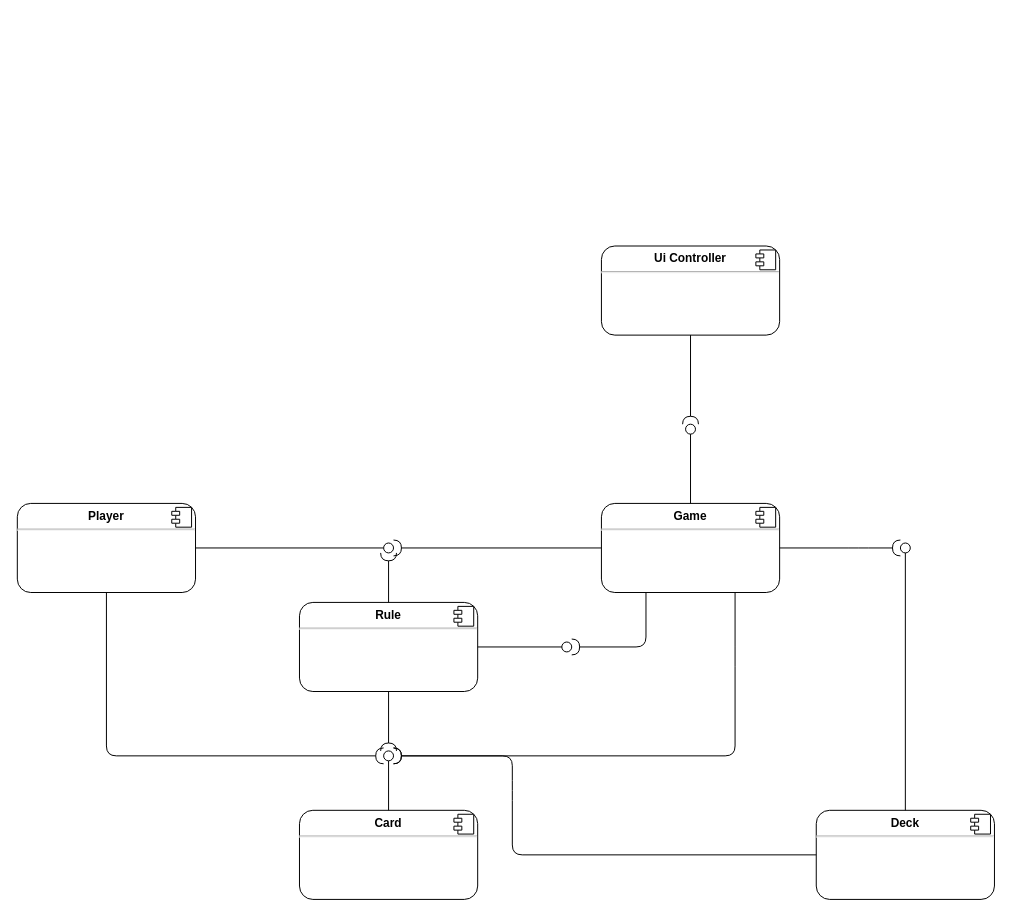
Earlier version of the draw.io diagram docs/componentdiagram.drawio (RiFrost/mau-mau). Source tidied: cells renumbered, new cells numbered last; positions are measured from the earlier drawing's top-left corner, leaving out a move shared by most shapes. Both pictures are drawn from the tidied source at 99%, with x=0, y=0 at pixel (17, 246).
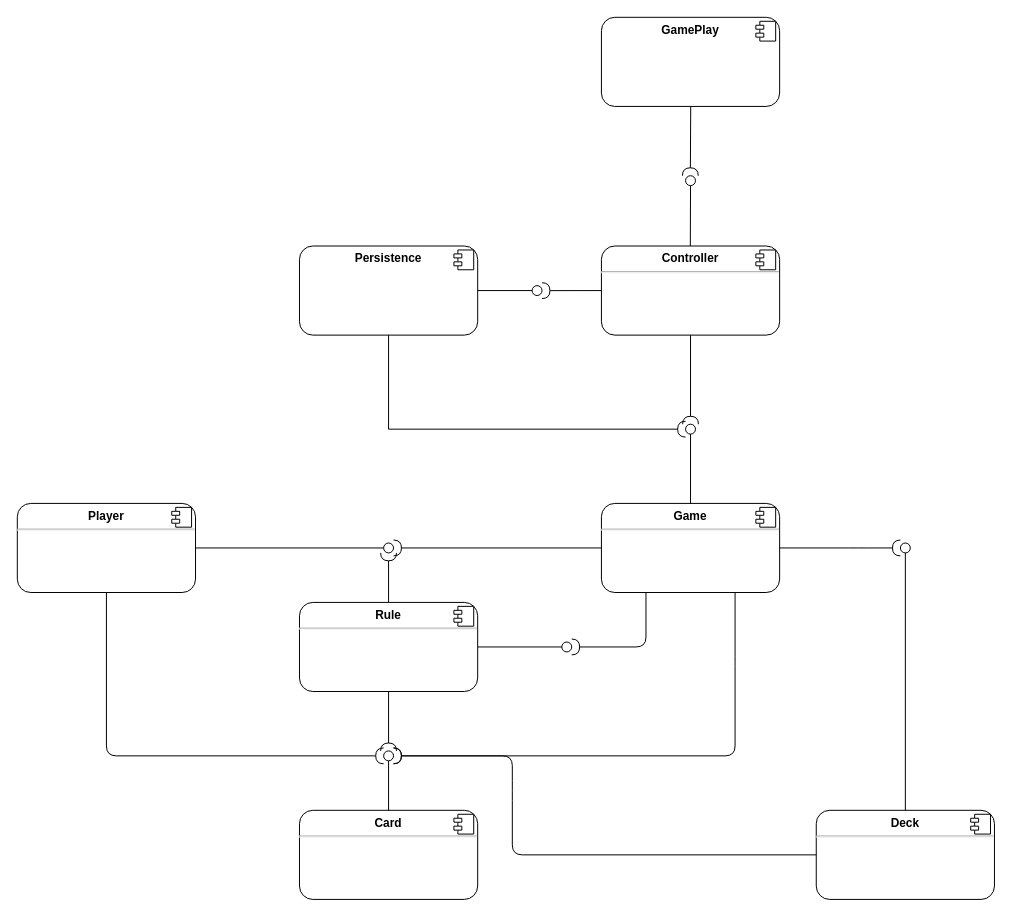
The same diagram, later.

Commit message (it also covers changes not shown here):
MH: adjust component diagram

The change refers to these unchanged cells:
```xml
<mxCell id="25" style="ellipse;whiteSpace=wrap;html=1;align=center;points=[];outlineConnect=0;rounded=1;" parent="1" vertex="1">
  <mxGeometry x="675" y="180" width="10" height="10" as="geometry" />
</mxCell>
```

What changed in the source:
```diff
@@
-    <mxCell id="12" value="&lt;p style=&quot;margin:0px;margin-top:6px;text-align:center;&quot;&gt;&lt;b&gt;Ui Controller&lt;/b&gt;&lt;/p&gt;&lt;hr&gt;&lt;p style=&quot;margin:0px;margin-left:8px;&quot;&gt;&lt;br&gt;&lt;br&gt;&lt;/p&gt;" style="align=left;overflow=fill;html=1;rounded=1;gradientColor=none;glass=0;shadow=0;sketch=0;" parent="1" vertex="1">
+    <mxCell id="12" value="&lt;p style=&quot;margin: 0px ; margin-top: 6px ; text-align: center&quot;&gt;&lt;b&gt;Controller&lt;/b&gt;&lt;/p&gt;&lt;hr&gt;&lt;p style=&quot;margin: 0px ; margin-left: 8px&quot;&gt;&lt;br&gt;&lt;br&gt;&lt;/p&gt;" style="align=left;overflow=fill;html=1;rounded=1;gradientColor=none;glass=0;shadow=0;sketch=0;" parent="1" vertex="1">
       <mxGeometry x="590" width="180" height="90" as="geometry" />
     </mxCell>
@@
+    <mxCell id="34" value="&lt;p style=&quot;margin: 0px ; margin-top: 6px ; text-align: center&quot;&gt;&lt;b&gt;GamePlay&lt;/b&gt;&lt;/p&gt;" style="align=left;overflow=fill;html=1;rounded=1;gradientColor=none;glass=0;shadow=0;sketch=0;" parent="1" vertex="1">
+      <mxGeometry x="590" y="-231" width="180" height="90" as="geometry" />
+    </mxCell>
+    <mxCell id="35" style="shape=component;jettyWidth=8;jettyHeight=4;rounded=1;" parent="34" vertex="1">
+      <mxGeometry x="1" width="20" height="20" relative="1" as="geometry">
+        <mxPoint x="-24" y="4" as="offset" />
+      </mxGeometry>
+    </mxCell>
+    <mxCell id="36" style="rounded=1;orthogonalLoop=1;jettySize=auto;html=1;endArrow=halfCircle;endFill=0;endSize=6;strokeWidth=1;exitX=0.5;exitY=1;exitDx=0;exitDy=0;" parent="1" edge="1">
+      <mxGeometry relative="1" as="geometry">
+        <mxPoint x="680.2" y="-141" as="sourcePoint" />
+        <mxPoint x="679.8" y="-71" as="targetPoint" />
+      </mxGeometry>
+    </mxCell>
+    <mxCell id="37" style="rounded=1;jettySize=auto;html=1;endArrow=none;endFill=0;sourcePerimeterSpacing=0;targetPerimeterSpacing=0;exitX=0.5;exitY=0;exitDx=0;exitDy=0;" parent="1" edge="1" target="38">
+      <mxGeometry relative="1" as="geometry">
+        <mxPoint x="679.8" as="sourcePoint" />
+      </mxGeometry>
+    </mxCell>
+    <mxCell id="38" style="ellipse;whiteSpace=wrap;html=1;align=center;points=[];outlineConnect=0;rounded=1;" parent="1" vertex="1">
+      <mxGeometry x="675" y="-71" width="10" height="10" as="geometry" />
+    </mxCell>
+    <mxCell id="39" style="edgeStyle=orthogonalEdgeStyle;rounded=0;jettySize=auto;html=1;exitX=0.5;exitY=1;exitDx=0;exitDy=0;endArrow=halfCircle;endFill=0;" parent="1" edge="1" source="40" target="25">
+      <mxGeometry relative="1" as="geometry">
+        <Array as="points">
+          <mxPoint x="375" y="185" />
+        </Array>
+      </mxGeometry>
+    </mxCell>
+    <mxCell id="40" value="&lt;p style=&quot;margin: 0px ; margin-top: 6px ; text-align: center&quot;&gt;&lt;b&gt;Persistence&lt;/b&gt;&lt;/p&gt;" style="align=left;overflow=fill;html=1;rounded=1;gradientColor=none;glass=0;shadow=0;sketch=0;" parent="1" vertex="1">
+      <mxGeometry x="285" width="180" height="90" as="geometry" />
+    </mxCell>
+    <mxCell id="41" style="shape=component;jettyWidth=8;jettyHeight=4;rounded=1;" parent="40" vertex="1">
+      <mxGeometry x="1" width="20" height="20" relative="1" as="geometry">
+        <mxPoint x="-24" y="4" as="offset" />
+      </mxGeometry>
+    </mxCell>
+    <mxCell id="42" style="rounded=1;jettySize=auto;html=1;endArrow=none;endFill=0;sourcePerimeterSpacing=0;targetPerimeterSpacing=0;exitX=1;exitY=0.5;exitDx=0;exitDy=0;" parent="1" edge="1" source="40" target="43">
+      <mxGeometry relative="1" as="geometry" />
+    </mxCell>
+    <mxCell id="43" style="ellipse;whiteSpace=wrap;html=1;align=center;points=[];outlineConnect=0;rounded=1;" parent="1" vertex="1">
+      <mxGeometry x="520" y="40" width="10" height="10" as="geometry" />
+    </mxCell>
+    <mxCell id="44" style="rounded=1;jettySize=auto;html=1;endArrow=halfCircle;endFill=0;endSize=6;strokeWidth=1;exitX=0;exitY=0.5;exitDx=0;exitDy=0;" parent="1" edge="1" source="12" target="43">
+      <mxGeometry relative="1" as="geometry" />
+    </mxCell>
```
